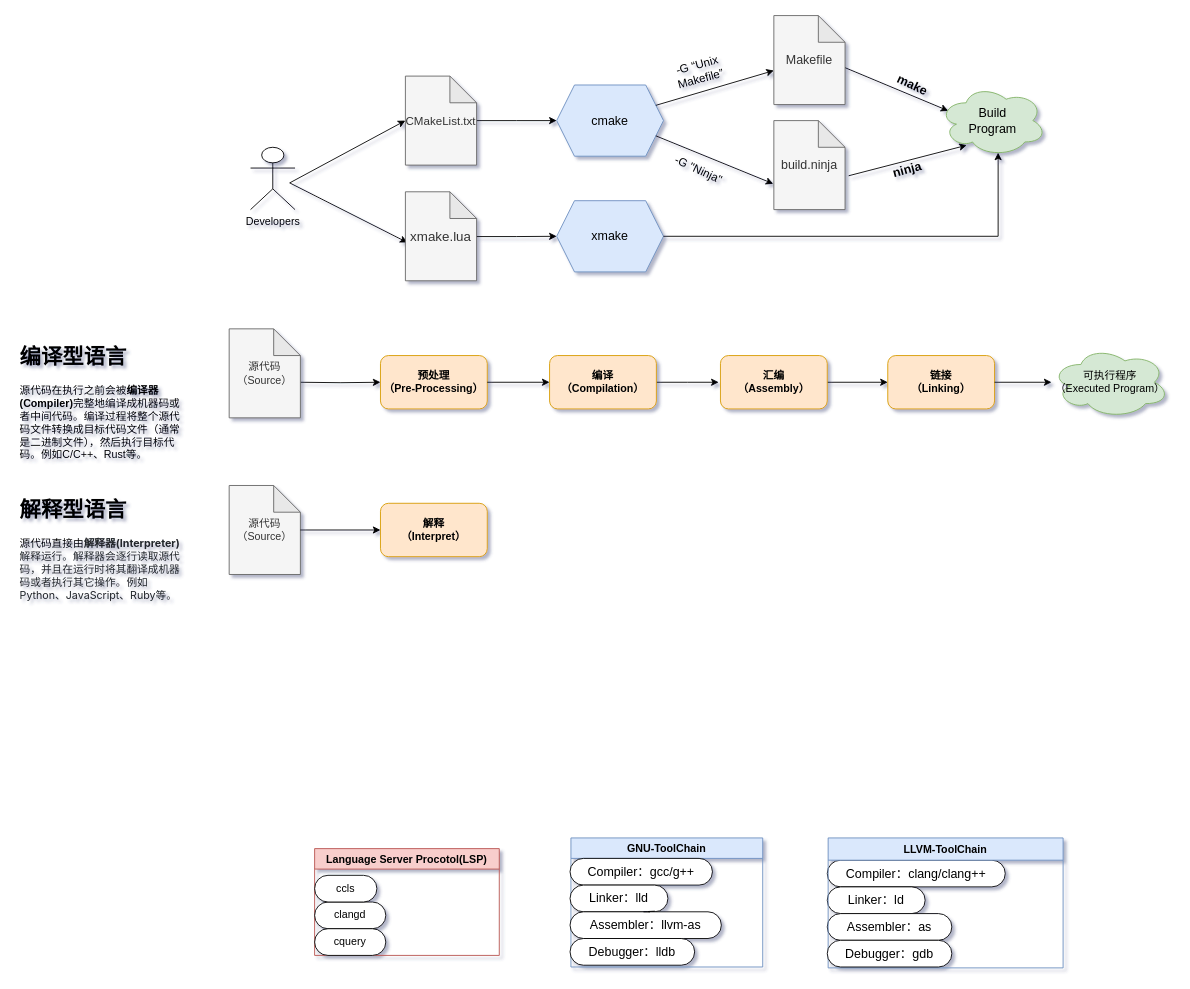
This is page "第 1 页" (1 of 3) of Java/temp.drawio from Sstmtz/draw.io-, a draw.io file, before an edit. Source tidied: cells renumbered, new cells numbered last; positions are measured from the earlier drawing's top-left corner, leaving out a move shared by most shapes. Both pictures are drawn from the tidied source at 89%, with x=0, y=0 at pixel (15, 15).
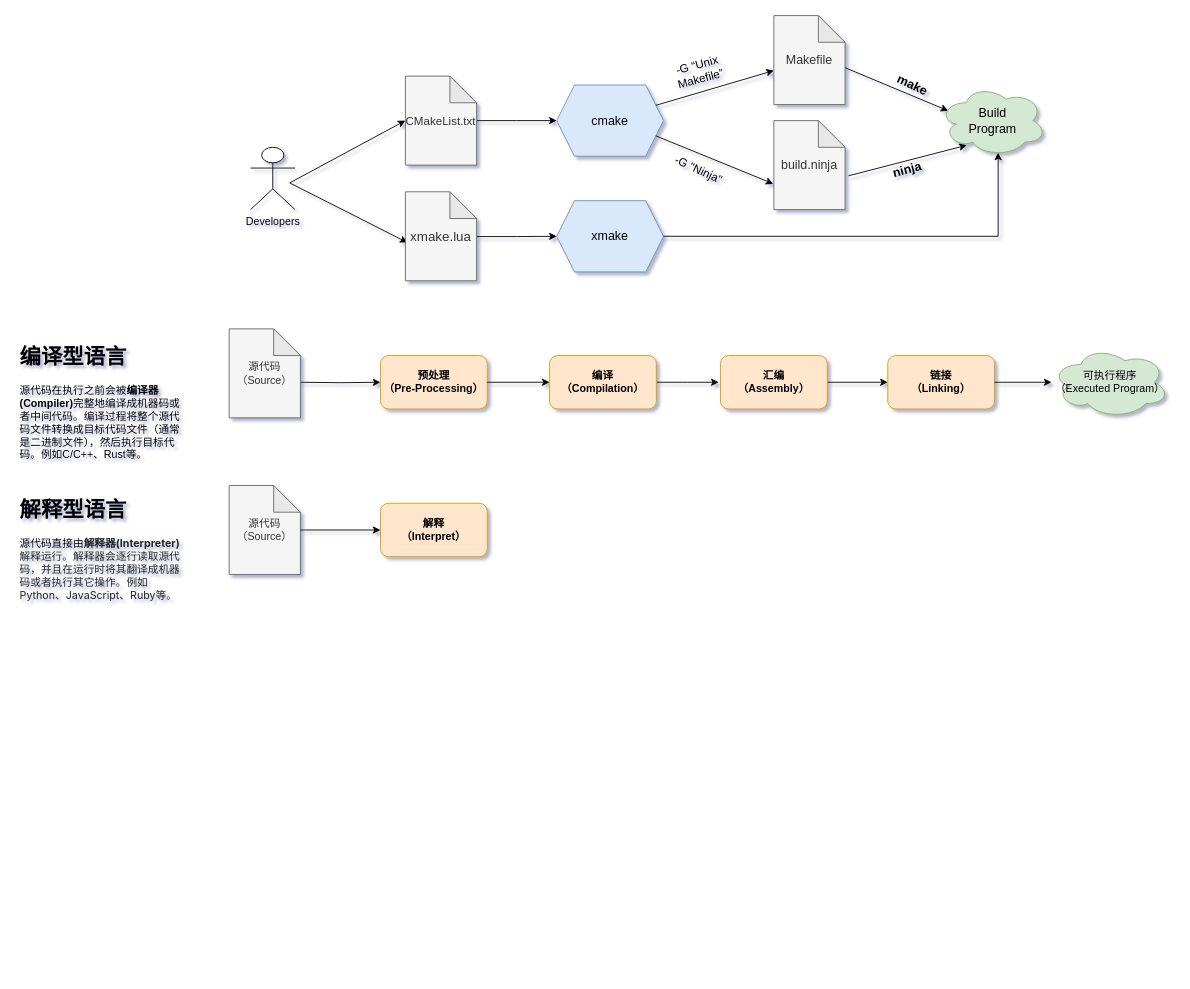
The same diagram, later.

What changed in the source:
```diff
@@
-    <mxCell id="2" value="GNU-ToolChain" style="swimlane;fillColor=#dae8fc;strokeColor=#6c8ebf;labelBackgroundColor=none;" parent="1" vertex="1">
-      <mxGeometry x="624" y="924" width="215.5" height="145" as="geometry" />
-    </mxCell>
-    <mxCell id="3" value="&lt;font style=&quot;font-size: 14px;&quot;&gt;Compiler：gcc/g++&lt;/font&gt;" style="whiteSpace=wrap;html=1;rounded=1;arcSize=50;align=center;verticalAlign=middle;strokeWidth=1;spacing=4;newEdgeStyle={&quot;edgeStyle&quot;:&quot;entityRelationEdgeStyle&quot;,&quot;startArrow&quot;:&quot;none&quot;,&quot;endArrow&quot;:&quot;none&quot;,&quot;segment&quot;:10,&quot;curved&quot;:1,&quot;sourcePerimeterSpacing&quot;:0,&quot;targetPerimeterSpacing&quot;:0};" parent="2" vertex="1">
-      <mxGeometry x="-1" y="23" width="160" height="30" as="geometry" />
-    </mxCell>
-    <mxCell id="4" value="&lt;font style=&quot;font-size: 14px;&quot;&gt;Linker：lld&lt;/font&gt;" style="whiteSpace=wrap;html=1;rounded=1;arcSize=50;align=center;verticalAlign=middle;strokeWidth=1;spacing=4;newEdgeStyle={&quot;edgeStyle&quot;:&quot;entityRelationEdgeStyle&quot;,&quot;startArrow&quot;:&quot;none&quot;,&quot;endArrow&quot;:&quot;none&quot;,&quot;segment&quot;:10,&quot;curved&quot;:1,&quot;sourcePerimeterSpacing&quot;:0,&quot;targetPerimeterSpacing&quot;:0};" parent="2" vertex="1">
-      <mxGeometry x="-1" y="53" width="110" height="30" as="geometry" />
-    </mxCell>
-    <mxCell id="5" value="&lt;font style=&quot;font-size: 14px;&quot;&gt;Assembler：llvm-as&lt;/font&gt;" style="whiteSpace=wrap;html=1;rounded=1;arcSize=50;align=center;verticalAlign=middle;strokeWidth=1;spacing=4;newEdgeStyle={&quot;edgeStyle&quot;:&quot;entityRelationEdgeStyle&quot;,&quot;startArrow&quot;:&quot;none&quot;,&quot;endArrow&quot;:&quot;none&quot;,&quot;segment&quot;:10,&quot;curved&quot;:1,&quot;sourcePerimeterSpacing&quot;:0,&quot;targetPerimeterSpacing&quot;:0};" parent="2" vertex="1">
-      <mxGeometry x="-1" y="83" width="170" height="30" as="geometry" />
-    </mxCell>
-    <mxCell id="6" value="&lt;font style=&quot;font-size: 14px;&quot;&gt;Debugger：lldb&lt;/font&gt;" style="whiteSpace=wrap;html=1;rounded=1;arcSize=50;align=center;verticalAlign=middle;strokeWidth=1;spacing=4;newEdgeStyle={&quot;edgeStyle&quot;:&quot;entityRelationEdgeStyle&quot;,&quot;startArrow&quot;:&quot;none&quot;,&quot;endArrow&quot;:&quot;none&quot;,&quot;segment&quot;:10,&quot;curved&quot;:1,&quot;sourcePerimeterSpacing&quot;:0,&quot;targetPerimeterSpacing&quot;:0};" parent="2" vertex="1">
-      <mxGeometry x="-1" y="113" width="140" height="30" as="geometry" />
-    </mxCell>
-    <mxCell id="7" style="edgeStyle=entityRelationEdgeStyle;rounded=0;orthogonalLoop=1;jettySize=auto;html=1;startArrow=none;endArrow=none;segment=10;curved=1;sourcePerimeterSpacing=0;targetPerimeterSpacing=0;exitX=0.75;exitY=1;exitDx=0;exitDy=0;entryX=0.867;entryY=0.978;entryDx=0;entryDy=0;entryPerimeter=0;" parent="2" edge="1" source="4" target="4">
-      <mxGeometry relative="1" as="geometry" />
-    </mxCell>
-    <mxCell id="8" value="Language Server Procotol(LSP)" style="swimlane;labelBackgroundColor=none;fillColor=#f8cecc;strokeColor=#b85450;" parent="1" vertex="1">
-      <mxGeometry x="336" y="936" width="207.5" height="120" as="geometry" />
-    </mxCell>
-    <mxCell id="9" value="clangd" style="whiteSpace=wrap;html=1;rounded=1;arcSize=50;align=center;verticalAlign=middle;strokeWidth=1;spacing=4;newEdgeStyle={&quot;edgeStyle&quot;:&quot;entityRelationEdgeStyle&quot;,&quot;startArrow&quot;:&quot;none&quot;,&quot;endArrow&quot;:&quot;none&quot;,&quot;segment&quot;:10,&quot;curved&quot;:1,&quot;sourcePerimeterSpacing&quot;:0,&quot;targetPerimeterSpacing&quot;:0};" parent="8" vertex="1">
-      <mxGeometry y="60" width="80" height="30" as="geometry" />
-    </mxCell>
-    <mxCell id="10" value="ccls" style="whiteSpace=wrap;html=1;rounded=1;arcSize=50;align=center;verticalAlign=middle;strokeWidth=1;spacing=4;newEdgeStyle={&quot;edgeStyle&quot;:&quot;entityRelationEdgeStyle&quot;,&quot;startArrow&quot;:&quot;none&quot;,&quot;endArrow&quot;:&quot;none&quot;,&quot;segment&quot;:10,&quot;curved&quot;:1,&quot;sourcePerimeterSpacing&quot;:0,&quot;targetPerimeterSpacing&quot;:0};" parent="8" vertex="1">
-      <mxGeometry y="30" width="70" height="30" as="geometry" />
-    </mxCell>
-    <mxCell id="11" value="cquery" style="whiteSpace=wrap;html=1;rounded=1;arcSize=50;align=center;verticalAlign=middle;strokeWidth=1;spacing=4;newEdgeStyle={&quot;edgeStyle&quot;:&quot;entityRelationEdgeStyle&quot;,&quot;startArrow&quot;:&quot;none&quot;,&quot;endArrow&quot;:&quot;none&quot;,&quot;segment&quot;:10,&quot;curved&quot;:1,&quot;sourcePerimeterSpacing&quot;:0,&quot;targetPerimeterSpacing&quot;:0};" parent="8" vertex="1">
-      <mxGeometry y="90" width="80" height="30" as="geometry" />
-    </mxCell>
-    <mxCell id="12" style="group;" parent="1" vertex="1">
-      <mxGeometry x="912" y="924" width="265" height="146" as="geometry" />
-    </mxCell>
-    <mxCell id="13" value="&lt;font style=&quot;font-size: 14px;&quot;&gt;Compiler：clang/clang++&lt;/font&gt;" style="whiteSpace=wrap;html=1;rounded=1;arcSize=50;align=center;verticalAlign=middle;strokeWidth=1;spacing=4;newEdgeStyle={&quot;edgeStyle&quot;:&quot;entityRelationEdgeStyle&quot;,&quot;startArrow&quot;:&quot;none&quot;,&quot;endArrow&quot;:&quot;none&quot;,&quot;segment&quot;:10,&quot;curved&quot;:1,&quot;sourcePerimeterSpacing&quot;:0,&quot;targetPerimeterSpacing&quot;:0};" parent="12" vertex="1">
-      <mxGeometry y="25" width="200" height="30" as="geometry" />
-    </mxCell>
-    <mxCell id="14" value="&lt;font style=&quot;font-size: 14px;&quot;&gt;Linker：ld&lt;/font&gt;" style="whiteSpace=wrap;html=1;rounded=1;arcSize=50;align=center;verticalAlign=middle;strokeWidth=1;spacing=4;newEdgeStyle={&quot;edgeStyle&quot;:&quot;entityRelationEdgeStyle&quot;,&quot;startArrow&quot;:&quot;none&quot;,&quot;endArrow&quot;:&quot;none&quot;,&quot;segment&quot;:10,&quot;curved&quot;:1,&quot;sourcePerimeterSpacing&quot;:0,&quot;targetPerimeterSpacing&quot;:0};" parent="12" vertex="1">
-      <mxGeometry y="55" width="110" height="30" as="geometry" />
-    </mxCell>
-    <mxCell id="15" value="&lt;font style=&quot;font-size: 14px;&quot;&gt;Assembler：as&lt;/font&gt;" style="whiteSpace=wrap;html=1;rounded=1;arcSize=50;align=center;verticalAlign=middle;strokeWidth=1;spacing=4;newEdgeStyle={&quot;edgeStyle&quot;:&quot;entityRelationEdgeStyle&quot;,&quot;startArrow&quot;:&quot;none&quot;,&quot;endArrow&quot;:&quot;none&quot;,&quot;segment&quot;:10,&quot;curved&quot;:1,&quot;sourcePerimeterSpacing&quot;:0,&quot;targetPerimeterSpacing&quot;:0};" parent="12" vertex="1">
-      <mxGeometry y="85" width="140" height="30" as="geometry" />
-    </mxCell>
-    <mxCell id="16" value="LLVM-ToolChain" style="swimlane;fillColor=#dae8fc;strokeColor=#6c8ebf;startSize=25;" parent="12" vertex="1">
-      <mxGeometry x="1" width="264" height="146" as="geometry" />
-    </mxCell>
-    <mxCell id="17" value="&lt;font style=&quot;font-size: 14px;&quot;&gt;Debugger：gdb&lt;/font&gt;" style="whiteSpace=wrap;html=1;rounded=1;arcSize=50;align=center;verticalAlign=middle;strokeWidth=1;spacing=4;newEdgeStyle={&quot;edgeStyle&quot;:&quot;entityRelationEdgeStyle&quot;,&quot;startArrow&quot;:&quot;none&quot;,&quot;endArrow&quot;:&quot;none&quot;,&quot;segment&quot;:10,&quot;curved&quot;:1,&quot;sourcePerimeterSpacing&quot;:0,&quot;targetPerimeterSpacing&quot;:0};" parent="12" vertex="1">
-      <mxGeometry y="115" width="140" height="30" as="geometry" />
-    </mxCell>
```
